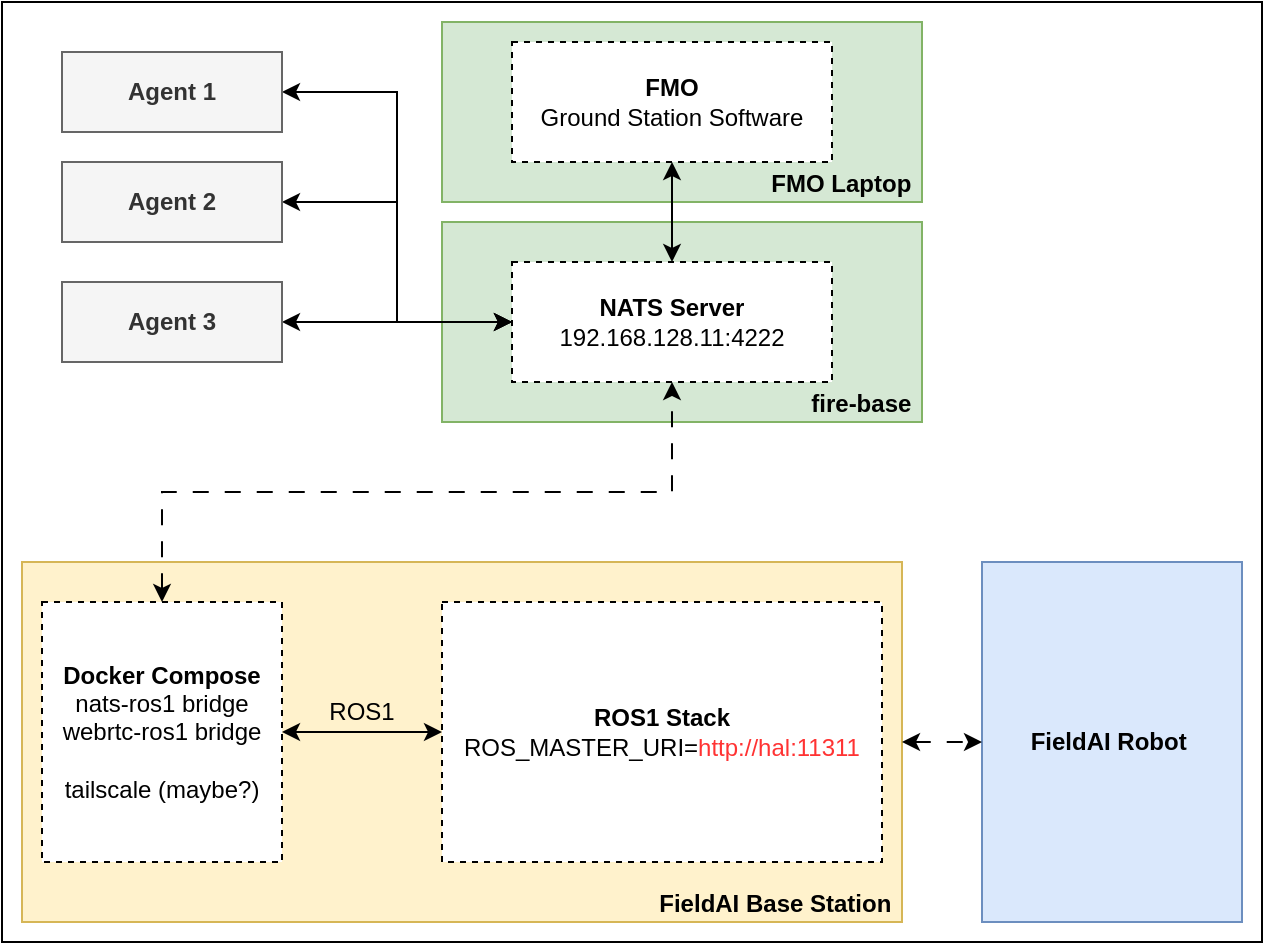
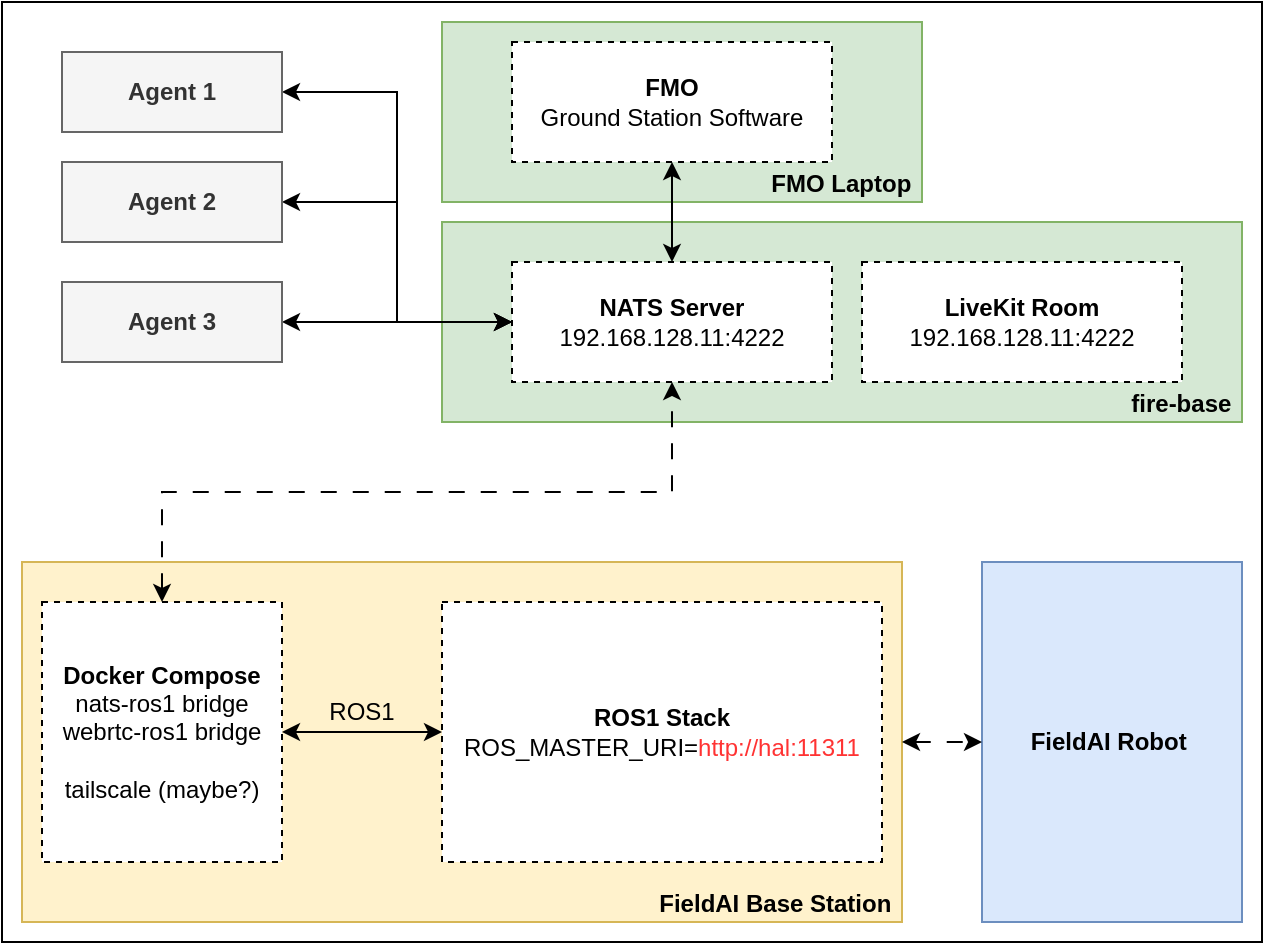
- <mxfile host="Electron" agent="Mozilla/5.0 (X11; Linux x86_64) AppleWebKit/537.36 (KHTML, like Gecko) draw.io/28.2.5 Chrome/138.0.7204.251 Electron/37.6.1 Safari/537.36" version="28.2.5">
+ <mxfile host="app.diagrams.net" agent="Mozilla/5.0 (X11; Linux x86_64) AppleWebKit/537.36 (KHTML, like Gecko) draw.io/28.2.5 Chrome/138.0.7204.251 Electron/37.6.1 Safari/537.36">
  <diagram name="Page-1" id="4LKxJmiHCzAgHi-25CAg">
-     <mxGraphModel dx="1426" dy="864" grid="1" gridSize="10" guides="1" tooltips="1" connect="1" arrows="1" fold="1" page="1" pageScale="1" pageWidth="850" pageHeight="1100" math="0" shadow="0">
+     <mxGraphModel dx="978" dy="538" grid="1" gridSize="10" guides="1" tooltips="1" connect="1" arrows="1" fold="1" page="1" pageScale="1" pageWidth="850" pageHeight="1100" math="0" shadow="0">
      <root>
        <mxCell id="0" />
        <mxCell id="1" parent="0" />
-         <mxCell id="ao4_OA2Sh6UKhkAWIHi6-6" value="" style="rounded=0;whiteSpace=wrap;html=1;" parent="1" vertex="1">
-           <mxGeometry x="140" y="260" width="630" height="470" as="geometry" />
+         <mxCell id="ao4_OA2Sh6UKhkAWIHi6-6" parent="1" style="rounded=0;whiteSpace=wrap;html=1;" value="" vertex="1">
+           <mxGeometry height="470" width="630" x="140" y="260" as="geometry" />
        </mxCell>
-         <mxCell id="K1pB0g2Fk4yvMkdCrYzS-1" value="&lt;b&gt;fire-base&amp;nbsp;&lt;/b&gt;" style="rounded=0;whiteSpace=wrap;html=1;align=right;verticalAlign=bottom;fillColor=#d5e8d4;strokeColor=#82b366;" vertex="1" parent="1">
-           <mxGeometry x="360" y="370" width="240" height="100" as="geometry" />
+         <mxCell id="K1pB0g2Fk4yvMkdCrYzS-1" parent="1" style="rounded=0;whiteSpace=wrap;html=1;align=right;verticalAlign=bottom;fillColor=#d5e8d4;strokeColor=#82b366;" value="&lt;b&gt;fire-base&amp;nbsp;&lt;/b&gt;" vertex="1">
+           <mxGeometry height="100" width="400" x="360" y="370" as="geometry" />
        </mxCell>
-         <mxCell id="NqXXLPDWZZw7BoWwIbQB-7" value="&lt;b&gt;FMO Laptop&amp;nbsp;&lt;/b&gt;" style="rounded=0;whiteSpace=wrap;html=1;align=right;verticalAlign=bottom;fillColor=#d5e8d4;strokeColor=#82b366;" parent="1" vertex="1">
-           <mxGeometry x="360" y="270" width="240" height="90" as="geometry" />
+         <mxCell id="NqXXLPDWZZw7BoWwIbQB-7" parent="1" style="rounded=0;whiteSpace=wrap;html=1;align=right;verticalAlign=bottom;fillColor=#d5e8d4;strokeColor=#82b366;" value="&lt;b&gt;FMO Laptop&amp;nbsp;&lt;/b&gt;" vertex="1">
+           <mxGeometry height="90" width="240" x="360" y="270" as="geometry" />
        </mxCell>
-         <mxCell id="NqXXLPDWZZw7BoWwIbQB-6" value="&lt;b&gt;FieldAI Robot&amp;nbsp;&lt;/b&gt;" style="rounded=0;whiteSpace=wrap;html=1;align=center;verticalAlign=middle;fillColor=#dae8fc;strokeColor=#6c8ebf;" parent="1" vertex="1">
-           <mxGeometry x="630" y="540" width="130" height="180" as="geometry" />
+         <mxCell id="NqXXLPDWZZw7BoWwIbQB-6" parent="1" style="rounded=0;whiteSpace=wrap;html=1;align=center;verticalAlign=middle;fillColor=#dae8fc;strokeColor=#6c8ebf;" value="&lt;b&gt;FieldAI Robot&amp;nbsp;&lt;/b&gt;" vertex="1">
+           <mxGeometry height="180" width="130" x="630" y="540" as="geometry" />
        </mxCell>
-         <mxCell id="NqXXLPDWZZw7BoWwIbQB-2" value="&lt;b&gt;NATS Server&lt;/b&gt;&lt;div&gt;192.168.128.11:4222&lt;/div&gt;" style="rounded=0;whiteSpace=wrap;html=1;dashed=1;" parent="1" vertex="1">
-           <mxGeometry x="395" y="390" width="160" height="60" as="geometry" />
+         <mxCell id="NqXXLPDWZZw7BoWwIbQB-2" parent="1" style="rounded=0;whiteSpace=wrap;html=1;dashed=1;" value="&lt;b&gt;NATS Server&lt;/b&gt;&lt;div&gt;192.168.128.11:4222&lt;/div&gt;" vertex="1">
+           <mxGeometry height="60" width="160" x="395" y="390" as="geometry" />
        </mxCell>
-         <mxCell id="33FqFWJDVf2yEUuYl60e-10" style="edgeStyle=orthogonalEdgeStyle;rounded=0;orthogonalLoop=1;jettySize=auto;html=1;exitX=0.5;exitY=1;exitDx=0;exitDy=0;entryX=0.5;entryY=0;entryDx=0;entryDy=0;startArrow=classic;startFill=1;" parent="1" source="NqXXLPDWZZw7BoWwIbQB-8" target="NqXXLPDWZZw7BoWwIbQB-2" edge="1">
+         <mxCell id="33FqFWJDVf2yEUuYl60e-10" edge="1" parent="1" source="NqXXLPDWZZw7BoWwIbQB-8" style="edgeStyle=orthogonalEdgeStyle;rounded=0;orthogonalLoop=1;jettySize=auto;html=1;exitX=0.5;exitY=1;exitDx=0;exitDy=0;entryX=0.5;entryY=0;entryDx=0;entryDy=0;startArrow=classic;startFill=1;" target="NqXXLPDWZZw7BoWwIbQB-2">
          <mxGeometry relative="1" as="geometry" />
        </mxCell>
-         <mxCell id="NqXXLPDWZZw7BoWwIbQB-8" value="&lt;b&gt;FMO&lt;/b&gt;&lt;div&gt;Ground Station Software&lt;/div&gt;" style="rounded=0;whiteSpace=wrap;html=1;dashed=1;" parent="1" vertex="1">
-           <mxGeometry x="395" y="280" width="160" height="60" as="geometry" />
+         <mxCell id="NqXXLPDWZZw7BoWwIbQB-8" parent="1" style="rounded=0;whiteSpace=wrap;html=1;dashed=1;" value="&lt;b&gt;FMO&lt;/b&gt;&lt;div&gt;Ground Station Software&lt;/div&gt;" vertex="1">
+           <mxGeometry height="60" width="160" x="395" y="280" as="geometry" />
        </mxCell>
-         <mxCell id="33FqFWJDVf2yEUuYl60e-5" style="edgeStyle=orthogonalEdgeStyle;rounded=0;orthogonalLoop=1;jettySize=auto;html=1;exitX=1;exitY=0.5;exitDx=0;exitDy=0;entryX=0;entryY=0.5;entryDx=0;entryDy=0;startArrow=classic;startFill=1;" parent="1" source="33FqFWJDVf2yEUuYl60e-2" target="NqXXLPDWZZw7BoWwIbQB-2" edge="1">
+         <mxCell id="33FqFWJDVf2yEUuYl60e-5" edge="1" parent="1" source="33FqFWJDVf2yEUuYl60e-2" style="edgeStyle=orthogonalEdgeStyle;rounded=0;orthogonalLoop=1;jettySize=auto;html=1;exitX=1;exitY=0.5;exitDx=0;exitDy=0;entryX=0;entryY=0.5;entryDx=0;entryDy=0;startArrow=classic;startFill=1;" target="NqXXLPDWZZw7BoWwIbQB-2">
          <mxGeometry relative="1" as="geometry" />
        </mxCell>
-         <mxCell id="33FqFWJDVf2yEUuYl60e-2" value="&lt;b&gt;Agent 1&lt;/b&gt;" style="rounded=0;whiteSpace=wrap;html=1;align=center;verticalAlign=middle;fillColor=#f5f5f5;fontColor=#333333;strokeColor=#666666;" parent="1" vertex="1">
-           <mxGeometry x="170" y="285" width="110" height="40" as="geometry" />
+         <mxCell id="33FqFWJDVf2yEUuYl60e-2" parent="1" style="rounded=0;whiteSpace=wrap;html=1;align=center;verticalAlign=middle;fillColor=#f5f5f5;fontColor=#333333;strokeColor=#666666;" value="&lt;b&gt;Agent 1&lt;/b&gt;" vertex="1">
+           <mxGeometry height="40" width="110" x="170" y="285" as="geometry" />
        </mxCell>
-         <mxCell id="33FqFWJDVf2yEUuYl60e-6" style="edgeStyle=orthogonalEdgeStyle;rounded=0;orthogonalLoop=1;jettySize=auto;html=1;exitX=1;exitY=0.5;exitDx=0;exitDy=0;entryX=0;entryY=0.5;entryDx=0;entryDy=0;startArrow=classic;startFill=1;" parent="1" source="33FqFWJDVf2yEUuYl60e-3" target="NqXXLPDWZZw7BoWwIbQB-2" edge="1">
+         <mxCell id="33FqFWJDVf2yEUuYl60e-6" edge="1" parent="1" source="33FqFWJDVf2yEUuYl60e-3" style="edgeStyle=orthogonalEdgeStyle;rounded=0;orthogonalLoop=1;jettySize=auto;html=1;exitX=1;exitY=0.5;exitDx=0;exitDy=0;entryX=0;entryY=0.5;entryDx=0;entryDy=0;startArrow=classic;startFill=1;" target="NqXXLPDWZZw7BoWwIbQB-2">
          <mxGeometry relative="1" as="geometry" />
        </mxCell>
-         <mxCell id="33FqFWJDVf2yEUuYl60e-3" value="&lt;b&gt;Agent 2&lt;/b&gt;" style="rounded=0;whiteSpace=wrap;html=1;align=center;verticalAlign=middle;fillColor=#f5f5f5;fontColor=#333333;strokeColor=#666666;" parent="1" vertex="1">
-           <mxGeometry x="170" y="340" width="110" height="40" as="geometry" />
+         <mxCell id="33FqFWJDVf2yEUuYl60e-3" parent="1" style="rounded=0;whiteSpace=wrap;html=1;align=center;verticalAlign=middle;fillColor=#f5f5f5;fontColor=#333333;strokeColor=#666666;" value="&lt;b&gt;Agent 2&lt;/b&gt;" vertex="1">
+           <mxGeometry height="40" width="110" x="170" y="340" as="geometry" />
        </mxCell>
-         <mxCell id="33FqFWJDVf2yEUuYl60e-7" style="edgeStyle=orthogonalEdgeStyle;rounded=0;orthogonalLoop=1;jettySize=auto;html=1;exitX=1;exitY=0.5;exitDx=0;exitDy=0;entryX=0;entryY=0.5;entryDx=0;entryDy=0;startArrow=classic;startFill=1;" parent="1" source="33FqFWJDVf2yEUuYl60e-4" target="NqXXLPDWZZw7BoWwIbQB-2" edge="1">
+         <mxCell id="33FqFWJDVf2yEUuYl60e-7" edge="1" parent="1" source="33FqFWJDVf2yEUuYl60e-4" style="edgeStyle=orthogonalEdgeStyle;rounded=0;orthogonalLoop=1;jettySize=auto;html=1;exitX=1;exitY=0.5;exitDx=0;exitDy=0;entryX=0;entryY=0.5;entryDx=0;entryDy=0;startArrow=classic;startFill=1;" target="NqXXLPDWZZw7BoWwIbQB-2">
          <mxGeometry relative="1" as="geometry" />
        </mxCell>
-         <mxCell id="33FqFWJDVf2yEUuYl60e-4" value="&lt;b&gt;Agent 3&lt;/b&gt;" style="rounded=0;whiteSpace=wrap;html=1;align=center;verticalAlign=middle;fillColor=#f5f5f5;fontColor=#333333;strokeColor=#666666;" parent="1" vertex="1">
-           <mxGeometry x="170" y="400" width="110" height="40" as="geometry" />
+         <mxCell id="33FqFWJDVf2yEUuYl60e-4" parent="1" style="rounded=0;whiteSpace=wrap;html=1;align=center;verticalAlign=middle;fillColor=#f5f5f5;fontColor=#333333;strokeColor=#666666;" value="&lt;b&gt;Agent 3&lt;/b&gt;" vertex="1">
+           <mxGeometry height="40" width="110" x="170" y="400" as="geometry" />
        </mxCell>
-         <mxCell id="Mt-QOnj-M8pVkXTkuhvp-1" value="&lt;div&gt;&lt;b&gt;FieldAI Base Station&amp;nbsp;&lt;/b&gt;&lt;/div&gt;" style="rounded=0;whiteSpace=wrap;html=1;verticalAlign=bottom;align=right;fillColor=#fff2cc;strokeColor=#d6b656;" parent="1" vertex="1">
-           <mxGeometry x="150" y="540" width="440" height="180" as="geometry" />
+         <mxCell id="Mt-QOnj-M8pVkXTkuhvp-1" parent="1" style="rounded=0;whiteSpace=wrap;html=1;verticalAlign=bottom;align=right;fillColor=#fff2cc;strokeColor=#d6b656;" value="&lt;div&gt;&lt;b&gt;FieldAI Base Station&amp;nbsp;&lt;/b&gt;&lt;/div&gt;" vertex="1">
+           <mxGeometry height="180" width="440" x="150" y="540" as="geometry" />
        </mxCell>
-         <mxCell id="NqXXLPDWZZw7BoWwIbQB-3" value="&lt;div&gt;&lt;b&gt;Docker Compose&lt;/b&gt;&lt;/div&gt;&lt;div&gt;nats-ros1 bridge&lt;/div&gt;&lt;div&gt;webrtc-ros1 bridge&lt;/div&gt;&lt;div&gt;&lt;br&gt;&lt;/div&gt;&lt;div&gt;tailscale (maybe?)&lt;/div&gt;" style="rounded=0;whiteSpace=wrap;html=1;verticalAlign=middle;dashed=1;" parent="1" vertex="1">
-           <mxGeometry x="160" y="560" width="120" height="130" as="geometry" />
+         <mxCell id="NqXXLPDWZZw7BoWwIbQB-3" parent="1" style="rounded=0;whiteSpace=wrap;html=1;verticalAlign=middle;dashed=1;" value="&lt;div&gt;&lt;b&gt;Docker Compose&lt;/b&gt;&lt;/div&gt;&lt;div&gt;nats-ros1 bridge&lt;/div&gt;&lt;div&gt;webrtc-ros1 bridge&lt;/div&gt;&lt;div&gt;&lt;br&gt;&lt;/div&gt;&lt;div&gt;tailscale (maybe?)&lt;/div&gt;" vertex="1">
+           <mxGeometry height="130" width="120" x="160" y="560" as="geometry" />
        </mxCell>
-         <mxCell id="1vgdmPXWtOp6ZMq3ka-s-1" value="&lt;b&gt;ROS1 Stack&lt;/b&gt;&lt;br&gt;ROS_MASTER_URI=&lt;font style=&quot;color: rgb(255, 51, 51);&quot;&gt;http://hal:11311&lt;/font&gt;" style="rounded=0;whiteSpace=wrap;html=1;dashed=1;" parent="1" vertex="1">
-           <mxGeometry x="360" y="560" width="220" height="130" as="geometry" />
+         <mxCell id="1vgdmPXWtOp6ZMq3ka-s-1" parent="1" style="rounded=0;whiteSpace=wrap;html=1;dashed=1;" value="&lt;b&gt;ROS1 Stack&lt;/b&gt;&lt;br&gt;ROS_MASTER_URI=&lt;font style=&quot;color: rgb(255, 51, 51);&quot;&gt;http://hal:11311&lt;/font&gt;" vertex="1">
+           <mxGeometry height="130" width="220" x="360" y="560" as="geometry" />
        </mxCell>
-         <mxCell id="33FqFWJDVf2yEUuYl60e-9" value="ROS1" style="text;html=1;align=center;verticalAlign=middle;whiteSpace=wrap;rounded=0;rotation=0;" parent="1" vertex="1">
-           <mxGeometry x="290" y="600" width="60" height="30" as="geometry" />
+         <mxCell id="33FqFWJDVf2yEUuYl60e-9" parent="1" style="text;html=1;align=center;verticalAlign=middle;whiteSpace=wrap;rounded=0;rotation=0;" value="ROS1" vertex="1">
+           <mxGeometry height="30" width="60" x="290" y="600" as="geometry" />
        </mxCell>
-         <mxCell id="NqXXLPDWZZw7BoWwIbQB-9" style="edgeStyle=orthogonalEdgeStyle;rounded=0;orthogonalLoop=1;jettySize=auto;html=1;startArrow=classic;startFill=1;entryX=0;entryY=0.5;entryDx=0;entryDy=0;" parent="1" source="NqXXLPDWZZw7BoWwIbQB-3" target="1vgdmPXWtOp6ZMq3ka-s-1" edge="1">
+         <mxCell id="NqXXLPDWZZw7BoWwIbQB-9" edge="1" parent="1" source="NqXXLPDWZZw7BoWwIbQB-3" style="edgeStyle=orthogonalEdgeStyle;rounded=0;orthogonalLoop=1;jettySize=auto;html=1;startArrow=classic;startFill=1;entryX=0;entryY=0.5;entryDx=0;entryDy=0;" target="1vgdmPXWtOp6ZMq3ka-s-1">
          <mxGeometry relative="1" as="geometry" />
        </mxCell>
-         <mxCell id="NqXXLPDWZZw7BoWwIbQB-10" style="edgeStyle=orthogonalEdgeStyle;rounded=0;orthogonalLoop=1;jettySize=auto;html=1;exitX=0.5;exitY=0;exitDx=0;exitDy=0;startArrow=classic;startFill=1;dashed=1;dashPattern=8 8;" parent="1" source="NqXXLPDWZZw7BoWwIbQB-3" target="NqXXLPDWZZw7BoWwIbQB-2" edge="1">
+         <mxCell id="NqXXLPDWZZw7BoWwIbQB-10" edge="1" parent="1" source="NqXXLPDWZZw7BoWwIbQB-3" style="edgeStyle=orthogonalEdgeStyle;rounded=0;orthogonalLoop=1;jettySize=auto;html=1;exitX=0.5;exitY=0;exitDx=0;exitDy=0;startArrow=classic;startFill=1;dashed=1;dashPattern=8 8;" target="NqXXLPDWZZw7BoWwIbQB-2">
          <mxGeometry relative="1" as="geometry" />
        </mxCell>
-         <mxCell id="1vgdmPXWtOp6ZMq3ka-s-3" style="edgeStyle=orthogonalEdgeStyle;rounded=0;orthogonalLoop=1;jettySize=auto;html=1;exitX=1;exitY=0.5;exitDx=0;exitDy=0;startArrow=classic;startFill=1;entryX=0;entryY=0.5;entryDx=0;entryDy=0;dashed=1;dashPattern=8 8;" parent="1" source="Mt-QOnj-M8pVkXTkuhvp-1" target="NqXXLPDWZZw7BoWwIbQB-6" edge="1">
+         <mxCell id="1vgdmPXWtOp6ZMq3ka-s-3" edge="1" parent="1" source="Mt-QOnj-M8pVkXTkuhvp-1" style="edgeStyle=orthogonalEdgeStyle;rounded=0;orthogonalLoop=1;jettySize=auto;html=1;exitX=1;exitY=0.5;exitDx=0;exitDy=0;startArrow=classic;startFill=1;entryX=0;entryY=0.5;entryDx=0;entryDy=0;dashed=1;dashPattern=8 8;" target="NqXXLPDWZZw7BoWwIbQB-6">
          <mxGeometry relative="1" as="geometry">
            <mxPoint x="460" y="660" as="sourcePoint" />
            <mxPoint x="710" y="530" as="targetPoint" />
          </mxGeometry>
        </mxCell>
+         <mxCell id="qBYYMGFewZOWRPkuQaBo-1" parent="1" style="rounded=0;whiteSpace=wrap;html=1;dashed=1;" value="&lt;div&gt;&lt;b&gt;LiveKit Room&lt;/b&gt;&lt;/div&gt;&lt;div&gt;192.168.128.11:4222&lt;/div&gt;" vertex="1">
+           <mxGeometry height="60" width="160" x="570" y="390" as="geometry" />
+         </mxCell>
      </root>
    </mxGraphModel>
  </diagram>
</mxfile>
